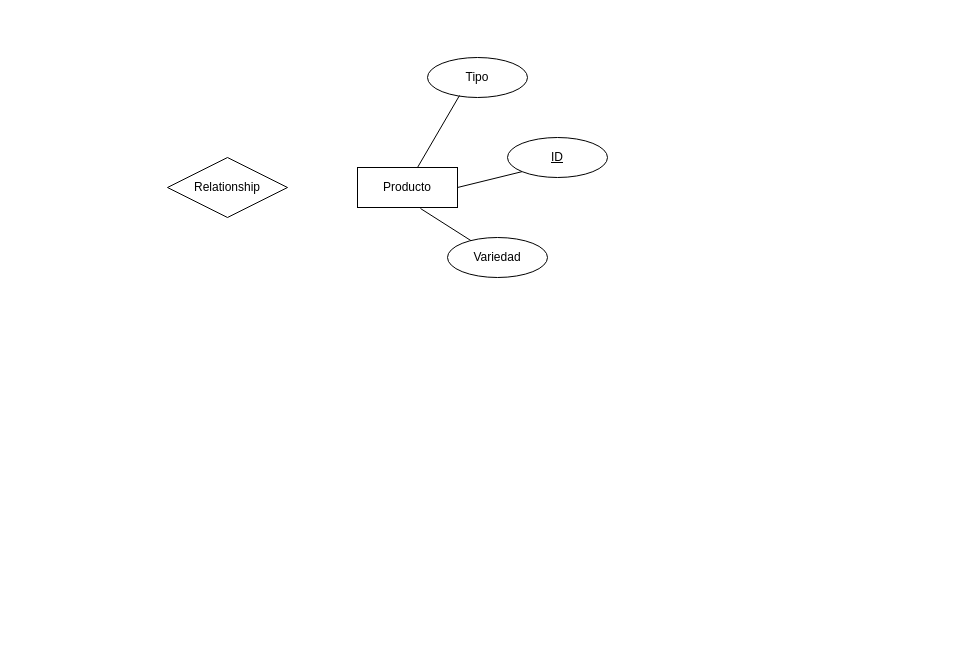
Above: mer.drawio in IngUniss/comercio_hortalizas (draw.io), before the change. Source tidied: cells renumbered, new cells numbered last; positions are measured from the earlier drawing's top-left corner, leaving out a move shared by most shapes. Both pictures are drawn from the tidied source at 100%, with x=0, y=0 at pixel (167, 57).
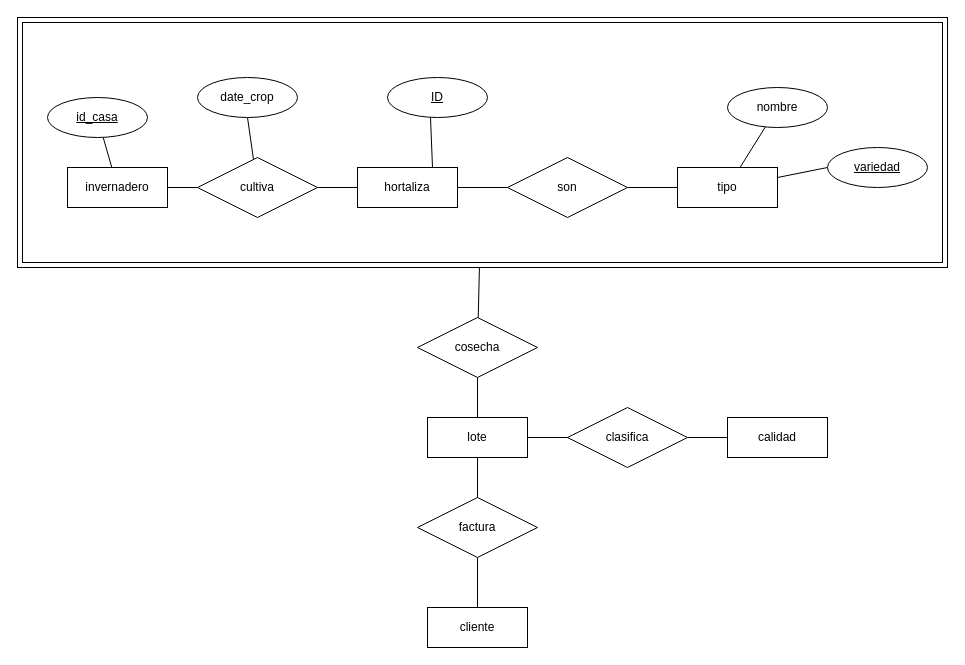
After the change.

What changed in the source:
```diff
@@
+    <mxCell id="10" style="shape=ext;margin=3;double=1;whiteSpace=wrap;html=1;align=center;" parent="1" vertex="1">
+      <mxGeometry x="-150" y="-40" width="930" height="250" as="geometry" />
+    </mxCell>
+    <mxCell id="11" style="edgeStyle=orthogonalEdgeStyle;rounded=0;jettySize=auto;html=1;endArrow=none;endFill=0;" parent="1" edge="1" source="2" target="17">
+      <mxGeometry relative="1" as="geometry" />
+    </mxCell>
-    <mxCell id="2" value="Producto" style="whiteSpace=wrap;html=1;align=center;" parent="1" vertex="1">
+    <mxCell id="2" value="hortaliza" style="whiteSpace=wrap;html=1;align=center;" parent="1" vertex="1">
       <mxGeometry x="190" y="110" width="100" height="40" as="geometry" />
     </mxCell>
+    <mxCell id="12" style="edgeStyle=none;rounded=0;jettySize=auto;html=1;endArrow=none;endFill=0;" parent="1" edge="1" source="3" target="10">
+      <mxGeometry relative="1" as="geometry" />
+    </mxCell>
-    <mxCell id="3" value="Relationship" style="shape=rhombus;perimeter=rhombusPerimeter;whiteSpace=wrap;html=1;align=center;" parent="1" vertex="1">
-      <mxGeometry y="100" width="120" height="60" as="geometry" />
+    <mxCell id="3" value="cosecha" style="shape=rhombus;perimeter=rhombusPerimeter;whiteSpace=wrap;html=1;align=center;" parent="1" vertex="1">
+      <mxGeometry x="250" y="260" width="120" height="60" as="geometry" />
     </mxCell>
-    <mxCell id="4" value="Tipo" style="ellipse;whiteSpace=wrap;html=1;align=center;" parent="1" vertex="1">
-      <mxGeometry x="260" width="100" height="40" as="geometry" />
-    </mxCell>
     <mxCell id="5" value="ID" style="ellipse;whiteSpace=wrap;html=1;align=center;fontStyle=4;" parent="1" vertex="1">
-      <mxGeometry x="340" y="80" width="100" height="40" as="geometry" />
+      <mxGeometry x="220" y="20" width="100" height="40" as="geometry" />
     </mxCell>
-    <mxCell id="6" value="Variedad" style="ellipse;whiteSpace=wrap;html=1;align=center;" parent="1" vertex="1">
-      <mxGeometry x="280" y="180" width="100" height="40" as="geometry" />
-    </mxCell>
-    <mxCell id="7" style="endArrow=none;html=1;rounded=0;entryX=0.32;entryY=0.95;entryDx=0;entryDy=0;entryPerimeter=0;" parent="1" edge="1" target="4">
-      <mxGeometry relative="1" as="geometry">
-        <mxPoint x="250" y="110" as="sourcePoint" />
-      </mxGeometry>
-    </mxCell>
-    <mxCell id="8" style="endArrow=none;html=1;rounded=0;entryX=0;entryY=1;entryDx=0;entryDy=0;exitX=1;exitY=0.5;exitDx=0;exitDy=0;" parent="1" edge="1" source="2" target="5">
+    <mxCell id="8" style="endArrow=none;html=1;rounded=0;entryX=0.43;entryY=1;entryDx=0;entryDy=0;exitX=0.75;exitY=0;exitDx=0;exitDy=0;entryPerimeter=0;" parent="1" edge="1" source="2" target="5">
       <mxGeometry relative="1" as="geometry" />
     </mxCell>
-    <mxCell id="9" style="endArrow=none;html=1;rounded=0;exitX=0.63;exitY=1.025;exitDx=0;exitDy=0;exitPerimeter=0;" parent="1" edge="1" source="2" target="6">
-      <mxGeometry relative="1" as="geometry" />
-    </mxCell>
+    <mxCell id="13" style="rounded=0;jettySize=auto;html=1;endArrow=none;endFill=0;" parent="1" edge="1" source="15" target="18">
+      <mxGeometry relative="1" as="geometry" />
+    </mxCell>
+    <mxCell id="14" style="edgeStyle=none;rounded=0;jettySize=auto;html=1;entryX=0;entryY=0.5;entryDx=0;entryDy=0;endArrow=none;endFill=0;" parent="1" edge="1" source="15" target="19">
+      <mxGeometry relative="1" as="geometry" />
+    </mxCell>
+    <mxCell id="15" value="tipo" style="whiteSpace=wrap;html=1;align=center;" parent="1" vertex="1">
+      <mxGeometry x="510" y="110" width="100" height="40" as="geometry" />
+    </mxCell>
+    <mxCell id="16" style="edgeStyle=orthogonalEdgeStyle;rounded=0;jettySize=auto;html=1;endArrow=none;endFill=0;" parent="1" edge="1" source="17" target="15">
+      <mxGeometry relative="1" as="geometry" />
+    </mxCell>
+    <mxCell id="17" value="son" style="shape=rhombus;perimeter=rhombusPerimeter;whiteSpace=wrap;html=1;align=center;" parent="1" vertex="1">
+      <mxGeometry x="340" y="100" width="120" height="60" as="geometry" />
+    </mxCell>
+    <mxCell id="18" value="nombre" style="ellipse;whiteSpace=wrap;html=1;align=center;" parent="1" vertex="1">
+      <mxGeometry x="560" y="30" width="100" height="40" as="geometry" />
+    </mxCell>
+    <mxCell id="19" value="variedad" style="ellipse;whiteSpace=wrap;html=1;align=center;fontStyle=4;" parent="1" vertex="1">
+      <mxGeometry x="660" y="90" width="100" height="40" as="geometry" />
+    </mxCell>
+    <mxCell id="20" style="edgeStyle=none;rounded=0;jettySize=auto;html=1;exitX=0.5;exitY=0;exitDx=0;exitDy=0;entryX=0.5;entryY=1;entryDx=0;entryDy=0;endArrow=none;endFill=0;" parent="1" edge="1" source="23" target="3">
+      <mxGeometry relative="1" as="geometry" />
+    </mxCell>
+    <mxCell id="21" style="edgeStyle=none;rounded=0;jettySize=auto;html=1;endArrow=none;endFill=0;" parent="1" edge="1" source="23" target="32">
+      <mxGeometry relative="1" as="geometry" />
+    </mxCell>
+    <mxCell id="22" style="edgeStyle=none;rounded=0;jettySize=auto;html=1;entryX=0.083;entryY=0.5;entryDx=0;entryDy=0;entryPerimeter=0;endArrow=none;endFill=0;" parent="1" edge="1" source="23" target="37">
+      <mxGeometry relative="1" as="geometry" />
+    </mxCell>
+    <mxCell id="23" value="lote" style="whiteSpace=wrap;html=1;align=center;" parent="1" vertex="1">
+      <mxGeometry x="260" y="360" width="100" height="40" as="geometry" />
+    </mxCell>
+    <mxCell id="24" style="edgeStyle=none;rounded=0;jettySize=auto;html=1;endArrow=none;endFill=0;" parent="1" edge="1" source="25" target="31">
+      <mxGeometry relative="1" as="geometry" />
+    </mxCell>
+    <mxCell id="25" value="invernadero" style="whiteSpace=wrap;html=1;align=center;" parent="1" vertex="1">
+      <mxGeometry x="-100" y="110" width="100" height="40" as="geometry" />
+    </mxCell>
+    <mxCell id="26" style="edgeStyle=none;rounded=0;jettySize=auto;html=1;entryX=0;entryY=0.5;entryDx=0;entryDy=0;endArrow=none;endFill=0;" parent="1" edge="1" source="29" target="2">
+      <mxGeometry relative="1" as="geometry" />
+    </mxCell>
+    <mxCell id="27" style="edgeStyle=none;rounded=0;jettySize=auto;html=1;entryX=1;entryY=0.5;entryDx=0;entryDy=0;endArrow=none;endFill=0;" parent="1" edge="1" source="29" target="25">
+      <mxGeometry relative="1" as="geometry" />
+    </mxCell>
+    <mxCell id="28" style="edgeStyle=none;rounded=0;jettySize=auto;html=1;entryX=0.5;entryY=1;entryDx=0;entryDy=0;endArrow=none;endFill=0;" parent="1" edge="1" source="29" target="30">
+      <mxGeometry relative="1" as="geometry" />
+    </mxCell>
+    <mxCell id="29" value="cultiva" style="shape=rhombus;perimeter=rhombusPerimeter;whiteSpace=wrap;html=1;align=center;" parent="1" vertex="1">
+      <mxGeometry x="30" y="100" width="120" height="60" as="geometry" />
+    </mxCell>
+    <mxCell id="30" value="date_crop" style="ellipse;whiteSpace=wrap;html=1;align=center;" parent="1" vertex="1">
+      <mxGeometry x="30" y="20" width="100" height="40" as="geometry" />
+    </mxCell>
+    <mxCell id="31" value="id_casa" style="ellipse;whiteSpace=wrap;html=1;align=center;fontStyle=4;" parent="1" vertex="1">
+      <mxGeometry x="-120" y="40" width="100" height="40" as="geometry" />
+    </mxCell>
+    <mxCell id="32" value="factura" style="shape=rhombus;perimeter=rhombusPerimeter;whiteSpace=wrap;html=1;align=center;" parent="1" vertex="1">
+      <mxGeometry x="250" y="440" width="120" height="60" as="geometry" />
+    </mxCell>
+    <mxCell id="33" style="edgeStyle=none;rounded=0;jettySize=auto;html=1;entryX=0.5;entryY=1;entryDx=0;entryDy=0;endArrow=none;endFill=0;" parent="1" edge="1" source="34" target="32">
+      <mxGeometry relative="1" as="geometry" />
+    </mxCell>
+    <mxCell id="34" value="cliente" style="whiteSpace=wrap;html=1;align=center;" parent="1" vertex="1">
+      <mxGeometry x="260" y="550" width="100" height="40" as="geometry" />
+    </mxCell>
+    <mxCell id="35" value="calidad" style="whiteSpace=wrap;html=1;align=center;" parent="1" vertex="1">
+      <mxGeometry x="560" y="360" width="100" height="40" as="geometry" />
+    </mxCell>
+    <mxCell id="36" style="edgeStyle=none;rounded=0;jettySize=auto;html=1;endArrow=none;endFill=0;" parent="1" edge="1" source="37" target="35">
+      <mxGeometry relative="1" as="geometry" />
+    </mxCell>
+    <mxCell id="37" value="clasifica" style="shape=rhombus;perimeter=rhombusPerimeter;whiteSpace=wrap;html=1;align=center;" parent="1" vertex="1">
+      <mxGeometry x="400" y="350" width="120" height="60" as="geometry" />
+    </mxCell>
```
